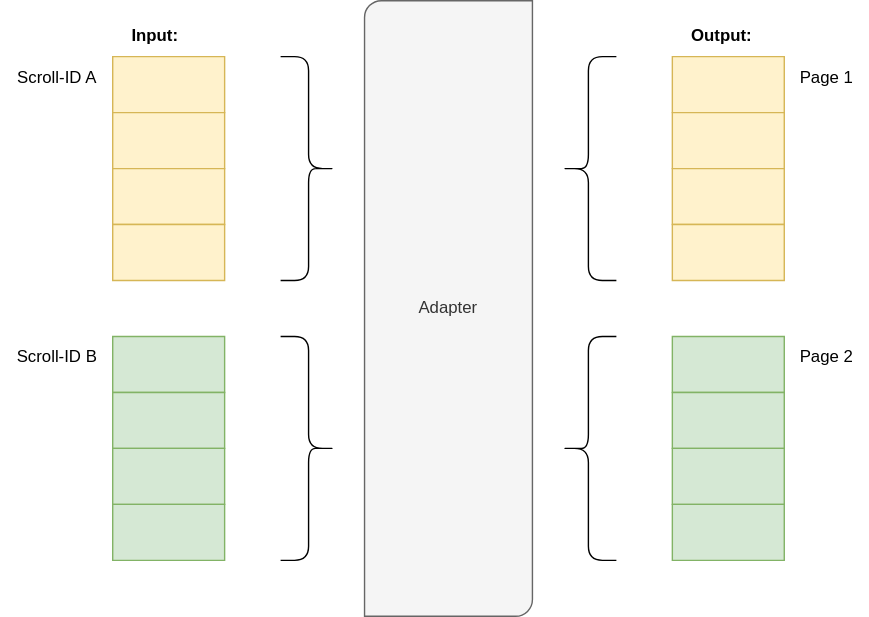
Before: images/ScrollIdToPaging.svg, a diagram exported from draw.io (cwahlmann/searchadapter). Source tidied: cells renumbered, new cells last; positions are measured from the earlier drawing's top-left corner, leaving out a move shared by most shapes.
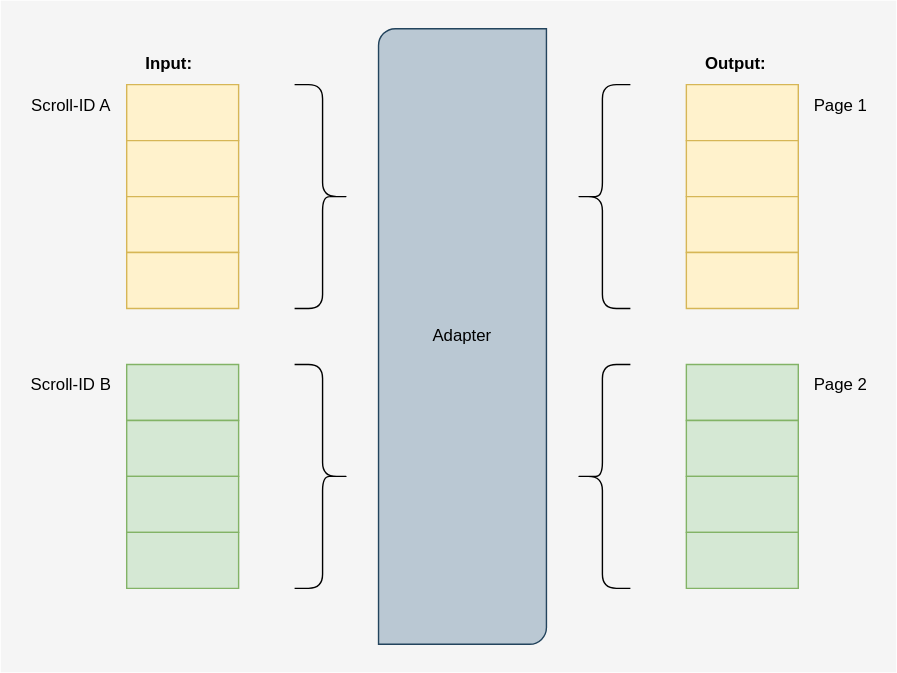
After the commit.

What changed in the source:
```diff
@@ -2,6 +2,9 @@
   <root>
     <mxCell id="0" />
     <mxCell id="1" parent="0" />
+    <mxCell id="29" style="rounded=0;whiteSpace=wrap;html=1;fillColor=#f5f5f5;strokeColor=none;fontColor=#333333;" parent="1" vertex="1">
+      <mxGeometry x="-10" y="-20" width="640" height="480" as="geometry" />
+    </mxCell>
     <mxCell id="2" style="verticalLabelPosition=middle;verticalAlign=middle;html=1;shape=mxgraph.basic.rect;fillColor2=none;strokeWidth=1;size=20;indent=5;labelPosition=center;align=center;fillColor=#fff2cc;strokeColor=#d6b656;" parent="1" vertex="1">
       <mxGeometry x="80" y="40" width="80" height="40" as="geometry" />
     </mxCell>
@@ -20,7 +23,7 @@
     <mxCell id="7" value="Page 1" style="text;html=1;align=center;verticalAlign=middle;strokeColor=none;fillColor=none;" parent="1" vertex="1">
       <mxGeometry x="560" y="40" width="60" height="30" as="geometry" />
     </mxCell>
-    <mxCell id="8" value="Adapter" style="verticalLabelPosition=middle;verticalAlign=middle;html=1;shape=mxgraph.basic.diag_round_rect;dx=6;whiteSpace=wrap;labelPosition=center;align=center;fillColor=#f5f5f5;fontColor=#333333;strokeColor=#666666;" parent="1" vertex="1">
+    <mxCell id="8" value="Adapter" style="verticalLabelPosition=middle;verticalAlign=middle;html=1;shape=mxgraph.basic.diag_round_rect;dx=6;whiteSpace=wrap;labelPosition=center;align=center;fillColor=#bac8d3;strokeColor=#23445d;" parent="1" vertex="1">
       <mxGeometry x="260" width="120" height="440" as="geometry" />
     </mxCell>
     <mxCell id="9" style="shape=curlyBracket;whiteSpace=wrap;html=1;rounded=1;flipH=1;labelPosition=right;verticalLabelPosition=middle;align=left;verticalAlign=middle;" parent="1" vertex="1">
```
